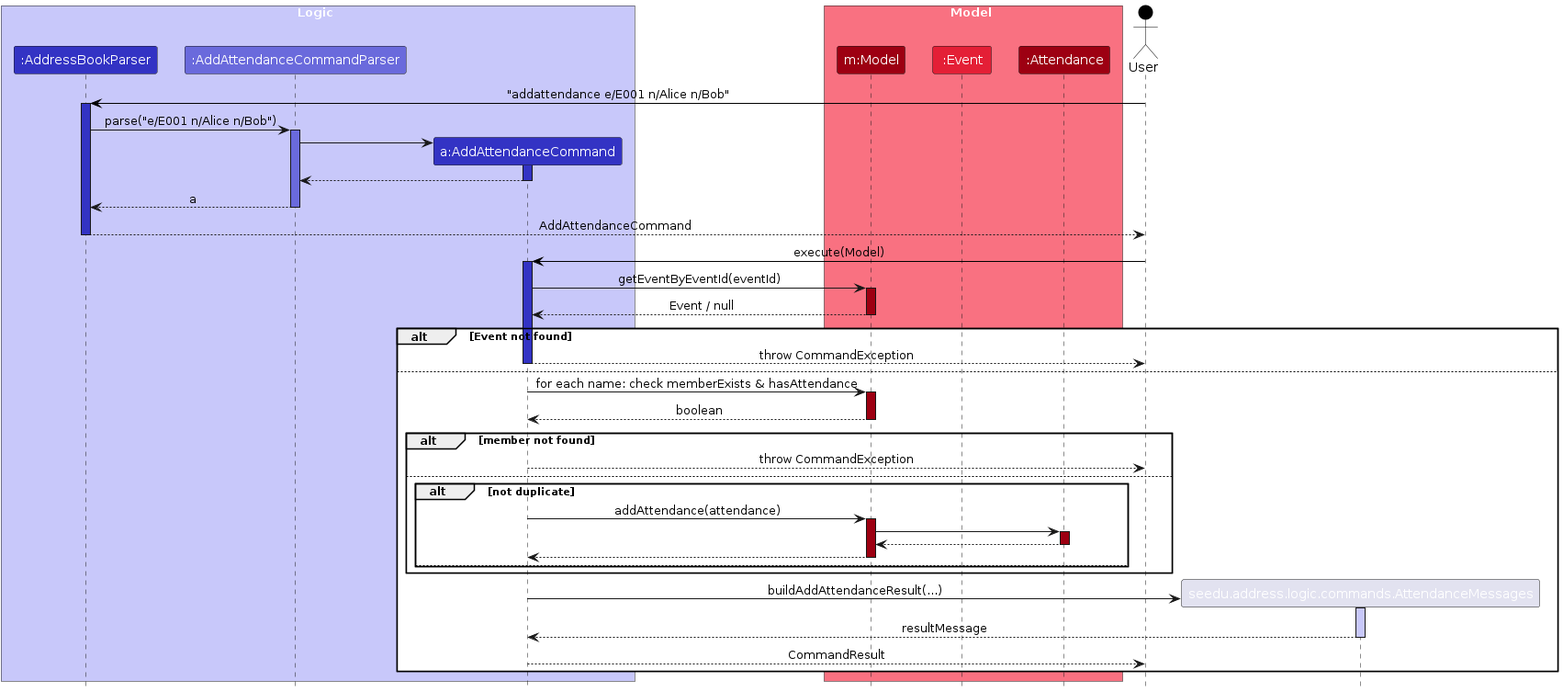
Earlier version of the PlantUML export diagrams/AttendanceSequenceDiagram.png (AY2526S1-CS2103T-T10-3/tp). Its source is kept beside it as diagrams/AttendanceSequenceDiagram.puml.
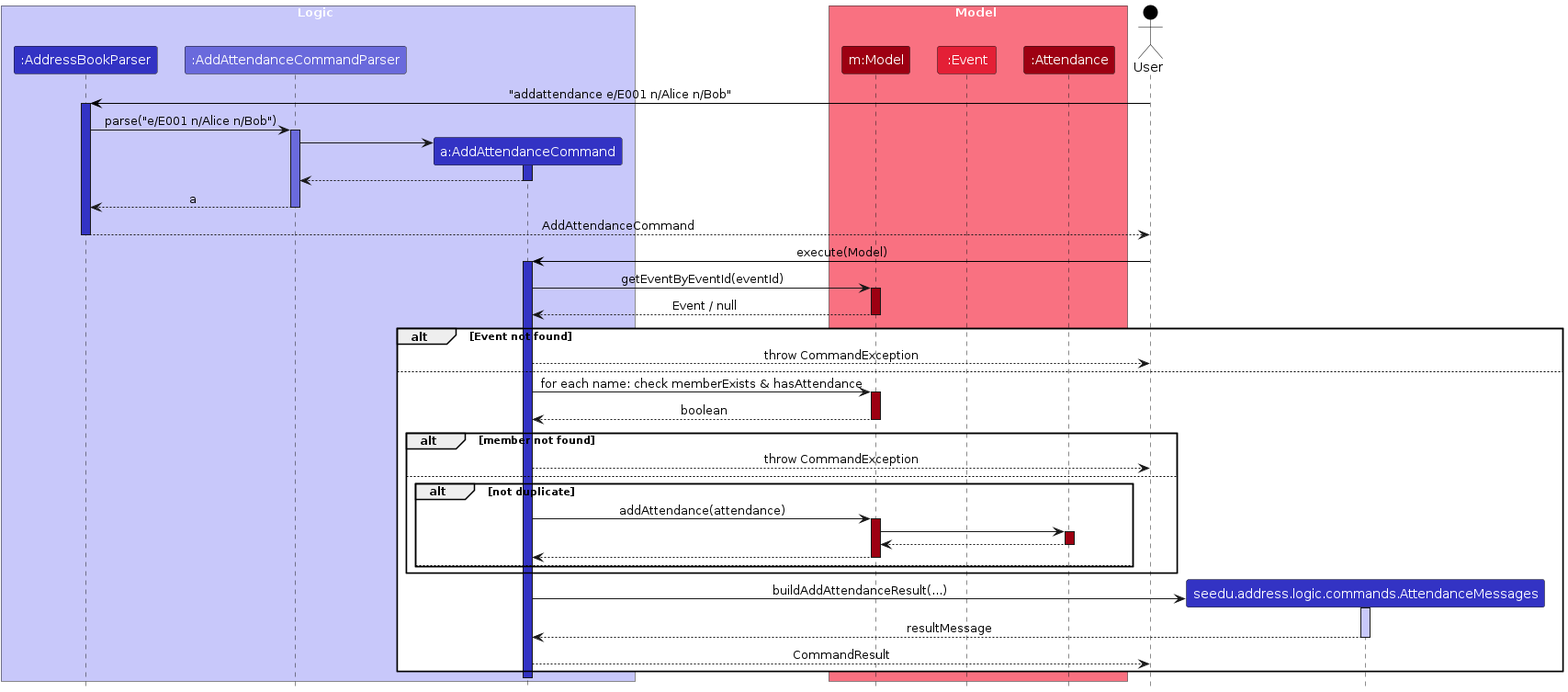
The same diagram one commit later.

What changed in the source:
```diff
@@ -45,7 +45,6 @@
 
 alt Event not found
     AddAttendanceCommand --> User : throw CommandException
-    deactivate AddAttendanceCommand
 else
     AddAttendanceCommand -> Model : for each name: check memberExists & hasAttendance
     activate Model MODEL_COLOR
@@ -54,7 +53,6 @@
 
     alt member not found
         AddAttendanceCommand --> User : throw CommandException
-        deactivate AddAttendanceCommand
     else
         alt not duplicate
             AddAttendanceCommand -> Model : addAttendance(attendance)
@@ -70,13 +68,13 @@
         end
     end
 
-    create seedu.address.logic.commands.AttendanceMessages as Messages
+    create "seedu.address.logic.commands.AttendanceMessages" as Messages LOGIC_COLOR
     AddAttendanceCommand -> Messages : buildAddAttendanceResult(...)
     activate Messages LOGIC_COLOR_T1
-   Messages --> AddAttendanceCommand : resultMessage
-   deactivate Messages
+    Messages --> AddAttendanceCommand : resultMessage
+    deactivate Messages
 
     AddAttendanceCommand --> User : CommandResult
-    deactivate AddAttendanceCommand
 end
+deactivate AddAttendanceCommand
 @enduml
```
